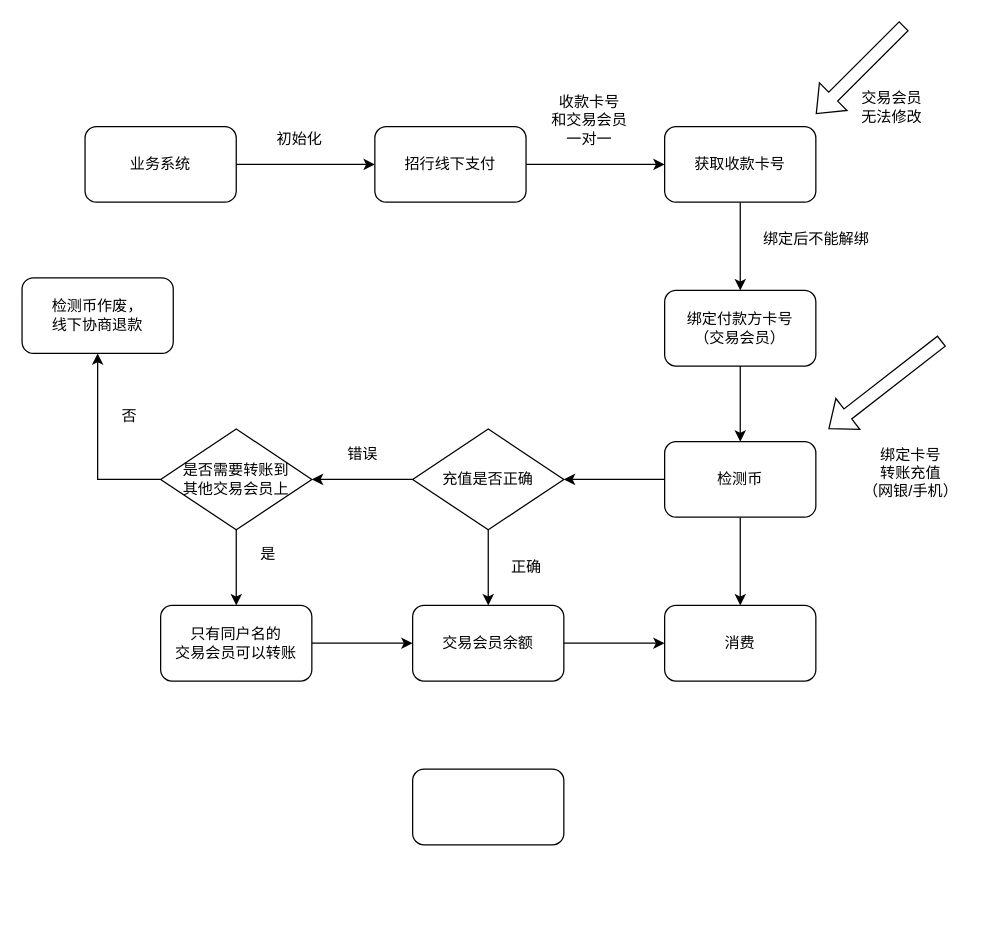
This is unifyorder/招行线下支付.drawio from Napoleon1234/Draw, a draw.io file, before an edit. Source tidied: cells renumbered, new cells numbered last; positions are measured from the earlier drawing's top-left corner, leaving out a move shared by most shapes. Both pictures are drawn from the tidied source at 126%, with x=0, y=0 at pixel (21, 25).
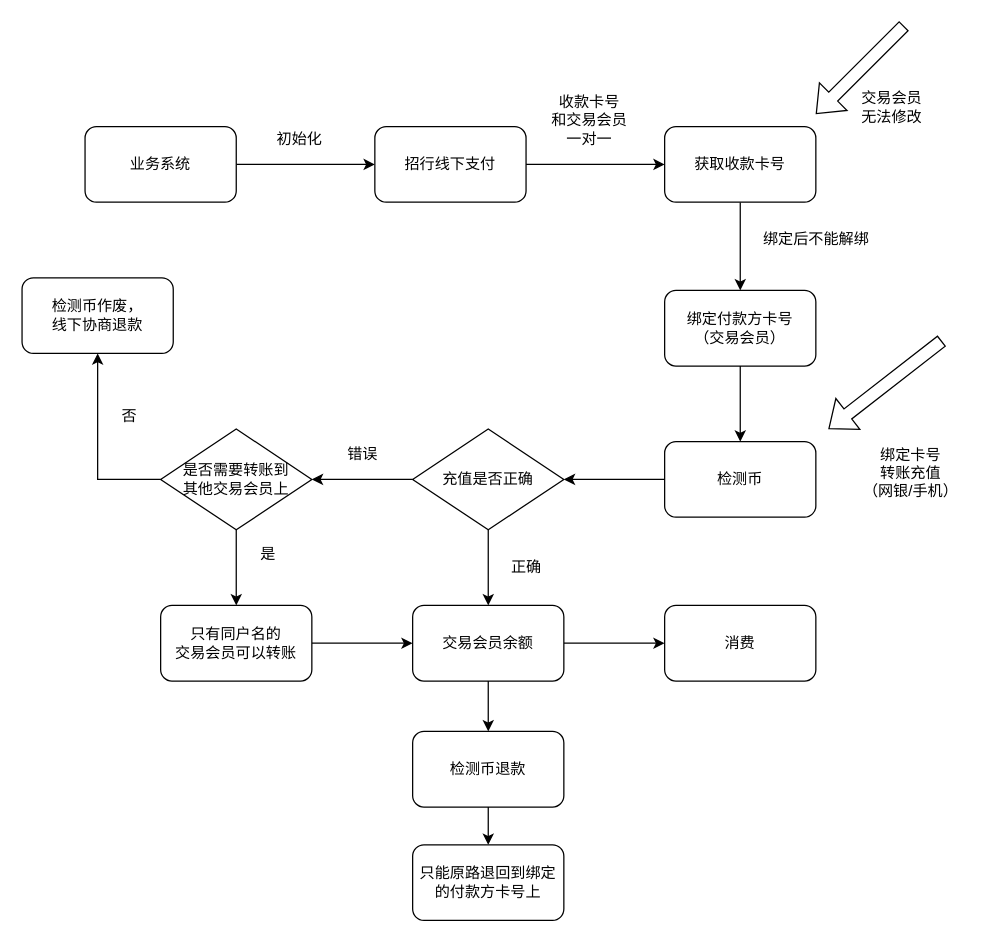
The same diagram, later.

Commit message (it also covers changes not shown here):
更新招行线下支付.drawio

The change refers to these unchanged cells:
```xml
<mxCell id="14" value="检测币" style="rounded=1;whiteSpace=wrap;html=1;" parent="1" vertex="1">
  <mxGeometry x="510" y="330" width="120" height="60" as="geometry" />
</mxCell>
<mxCell id="19" value="交易会员余额" style="rounded=1;whiteSpace=wrap;html=1;" parent="1" vertex="1">
  <mxGeometry x="310" y="460" width="120" height="60" as="geometry" />
</mxCell>
<mxCell id="33" value="消费" style="rounded=1;whiteSpace=wrap;html=1;" parent="1" vertex="1">
  <mxGeometry x="510" y="460" width="120" height="60" as="geometry" />
</mxCell>
```

What changed in the source:
```diff
@@
-    <mxCell id="13" style="edgeStyle=orthogonalEdgeStyle;rounded=0;jettySize=auto;html=1;" parent="1" edge="1" source="14" target="33">
-      <mxGeometry relative="1" as="geometry" />
-    </mxCell>
@@
+    <mxCell id="37" style="edgeStyle=orthogonalEdgeStyle;rounded=0;jettySize=auto;html=1;" parent="1" edge="1" source="19" target="34">
+      <mxGeometry relative="1" as="geometry" />
+    </mxCell>
@@
+    <mxCell id="38" style="edgeStyle=orthogonalEdgeStyle;rounded=0;jettySize=auto;html=1;" parent="1" edge="1" source="34" target="39">
+      <mxGeometry relative="1" as="geometry" />
+    </mxCell>
-    <mxCell id="34" style="rounded=1;whiteSpace=wrap;html=1;" parent="1" vertex="1">
-      <mxGeometry x="310" y="590" width="120" height="60" as="geometry" />
+    <mxCell id="34" value="检测币退款" style="rounded=1;whiteSpace=wrap;html=1;" parent="1" vertex="1">
+      <mxGeometry x="310" y="560" width="120" height="60" as="geometry" />
     </mxCell>
@@
+    <mxCell id="39" value="只能原路退回到绑定的付款方卡号上" style="rounded=1;whiteSpace=wrap;html=1;" parent="1" vertex="1">
+      <mxGeometry x="310" y="650" width="120" height="60" as="geometry" />
+    </mxCell>
```
